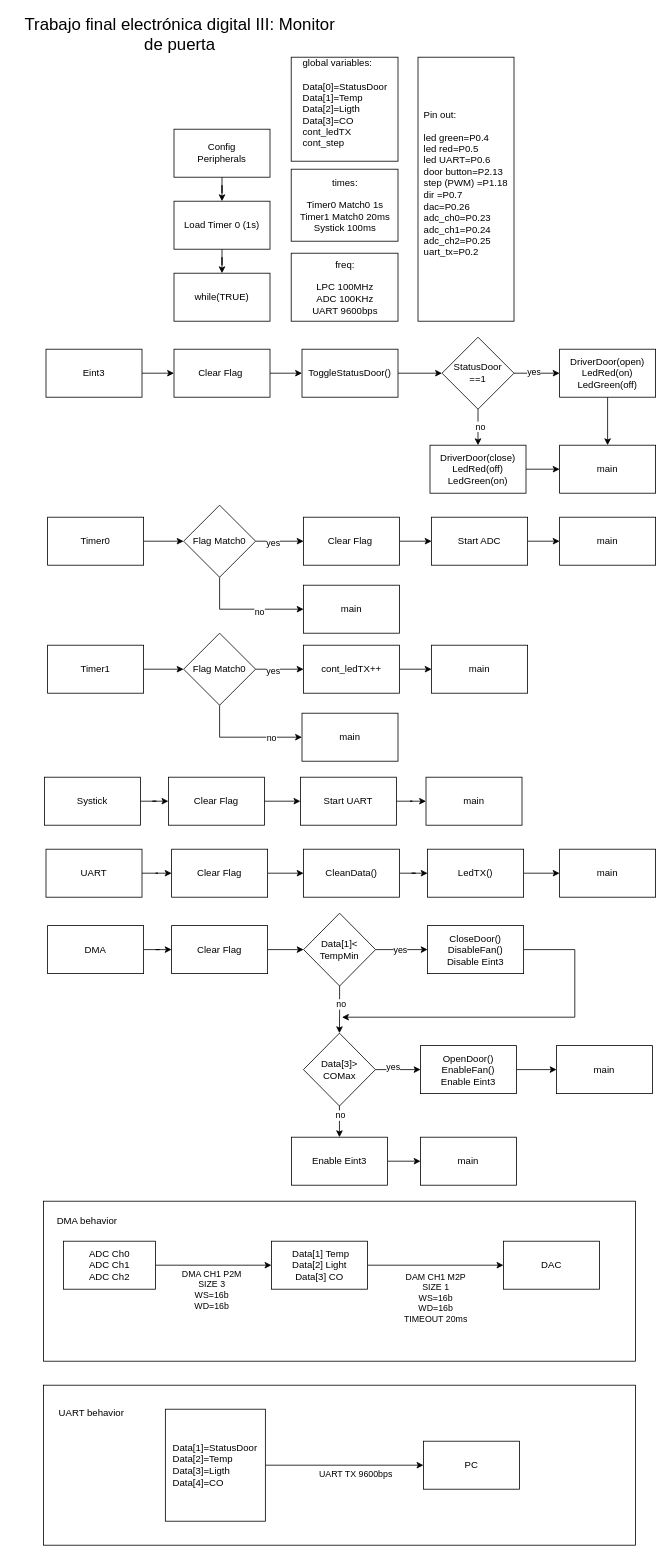
Before: images/Diagrama_ED3_TPF.drawio in ICOMP-UNC/Los-Intocables, a draw.io diagram. Source tidied: cells renumbered, new cells numbered last; positions are measured from the earlier drawing's top-left corner, leaving out a move shared by most shapes. Both pictures are drawn from the tidied source at 80%, with x=0, y=0 at pixel (14, 33).
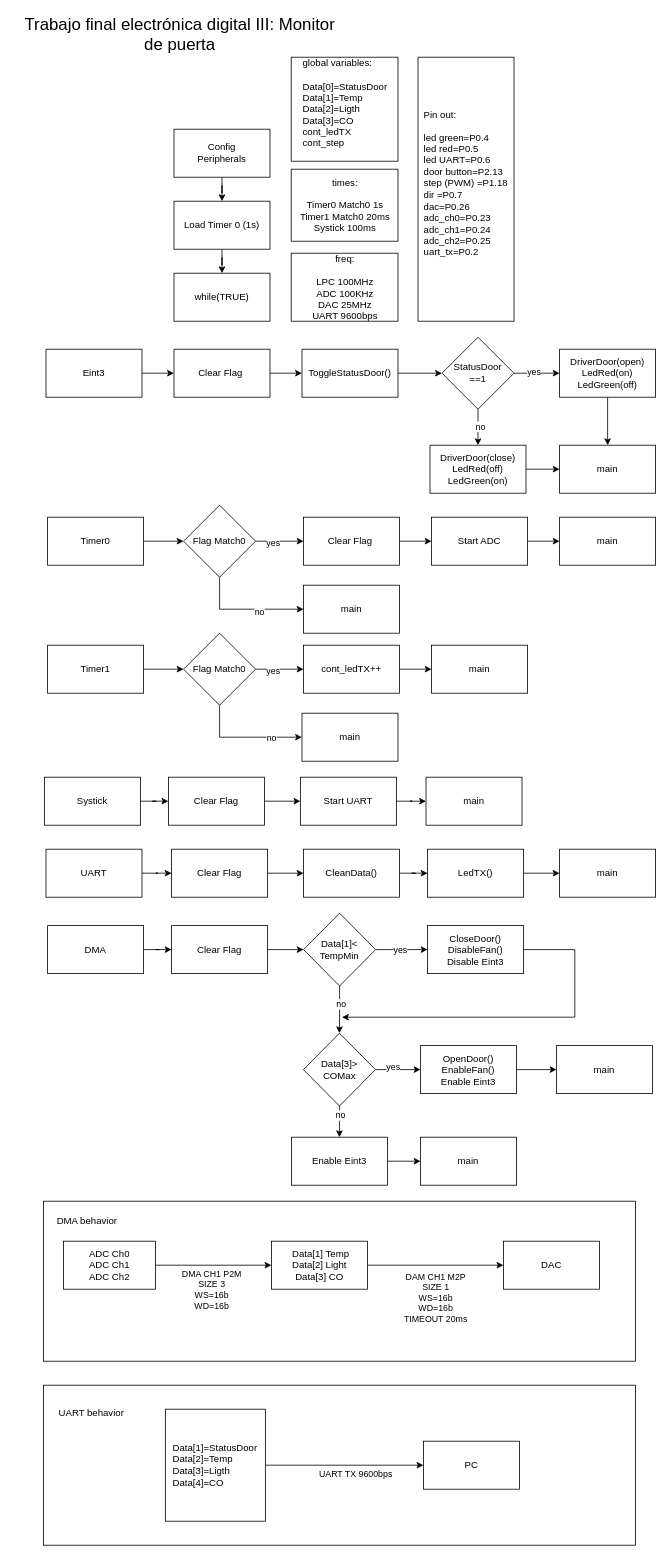
The same page after the edit.

The edit, as a diff of the source:
```diff
@@
-    <mxCell id="80" value="freq:&lt;div&gt;&lt;br&gt;&lt;div&gt;LPC 100MHz&lt;/div&gt;&lt;div&gt;ADC 100KHz&lt;/div&gt;&lt;div&gt;UART 9600bps&lt;/div&gt;&lt;/div&gt;" style="rounded=0;whiteSpace=wrap;html=1;" parent="1" vertex="1">
+    <mxCell id="80" value="freq:&lt;div&gt;&lt;br&gt;&lt;div&gt;LPC 100MHz&lt;/div&gt;&lt;div&gt;ADC 100KHz&lt;/div&gt;&lt;div&gt;DAC 25MHz&lt;/div&gt;&lt;div&gt;UART 9600bps&lt;/div&gt;&lt;/div&gt;" style="rounded=0;whiteSpace=wrap;html=1;" parent="1" vertex="1">
       <mxGeometry x="346.5" y="275" width="133.5" height="85" as="geometry" />
     </mxCell>
```
